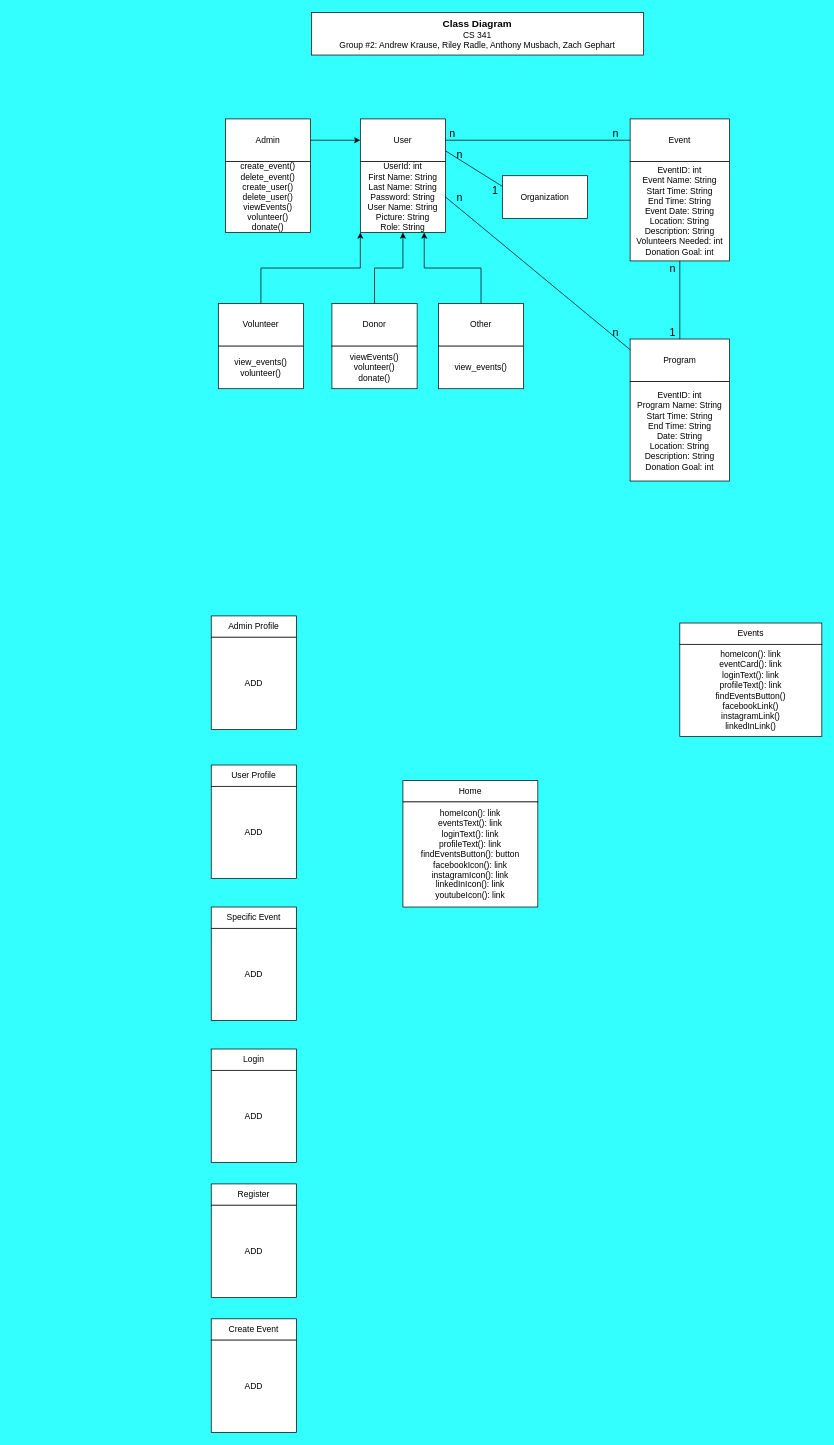
Before: Architecture-Design/Architectural-Design(Class-Diagrams).drawio in Andrew-EKrause/TeamAptiv-Web-App, a draw.io diagram. Source tidied: cells renumbered, new cells numbered last; positions are measured from the earlier drawing's top-left corner, leaving out a move shared by most shapes. Both pictures are drawn from the tidied source at 71%, with x=0, y=0 at pixel (211, 12).
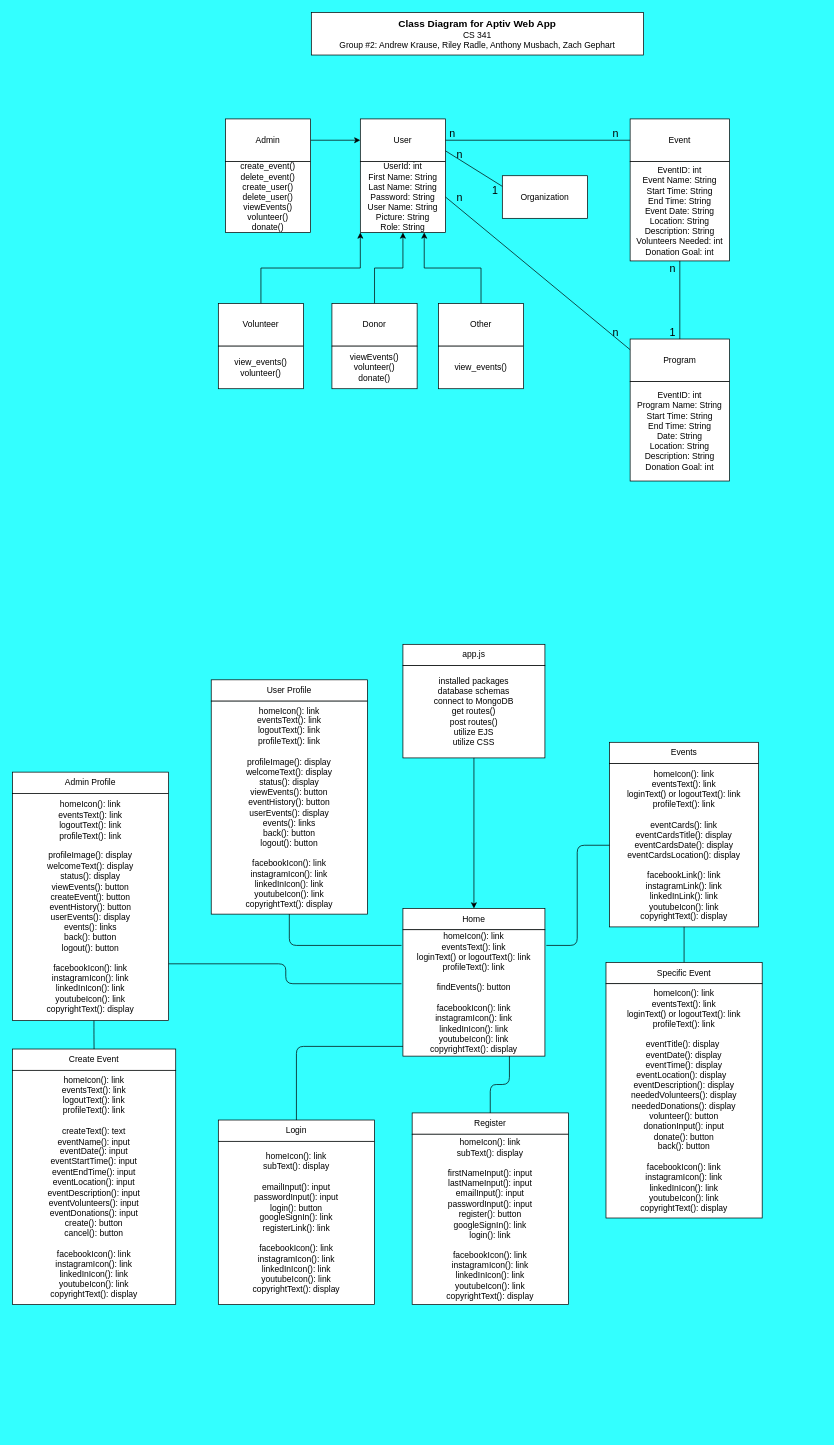
The same page after the edit.

What changed in the source:
```diff
@@
     <mxCell id="34" value="Home" style="rounded=0;whiteSpace=wrap;html=1;" parent="1" vertex="1">
-      <mxGeometry x="270" y="1082" width="190" height="30" as="geometry" />
+      <mxGeometry x="270" y="1262" width="200" height="30" as="geometry" />
     </mxCell>
-    <mxCell id="35" value="homeIcon(): link&lt;br&gt;eventsText(): link&lt;br&gt;loginText(): link&lt;br&gt;profileText(): link&lt;br&gt;findEventsButton(): button&lt;br&gt;facebookIcon(): link&lt;br&gt;instagramIcon(): link&lt;br&gt;linkedInIcon(): link&lt;br&gt;youtubeIcon(): link" style="rounded=0;whiteSpace=wrap;html=1;" parent="1" vertex="1">
-      <mxGeometry x="270" y="1112" width="190" height="148" as="geometry" />
+    <mxCell id="35" value="homeIcon(): link&lt;br&gt;eventsText(): link&lt;br&gt;loginText() or logoutText(): link&lt;br&gt;profileText(): link&lt;br&gt;&lt;br&gt;findEvents(): button&lt;br&gt;&lt;br&gt;facebookIcon(): link&lt;br&gt;instagramIcon(): link&lt;br&gt;linkedInIcon(): link&lt;br&gt;youtubeIcon(): link&lt;br&gt;copyrightText(): display" style="rounded=0;whiteSpace=wrap;html=1;" parent="1" vertex="1">
+      <mxGeometry x="270" y="1292" width="200" height="178" as="geometry" />
     </mxCell>
     <mxCell id="36" value="Events" style="rounded=0;whiteSpace=wrap;html=1;" parent="1" vertex="1">
-      <mxGeometry x="660" y="860" width="200" height="30" as="geometry" />
+      <mxGeometry x="561" y="1028" width="210" height="30" as="geometry" />
     </mxCell>
-    <mxCell id="37" value="homeIcon(): link&lt;br&gt;eventCard(): link&lt;br&gt;loginText(): link&lt;br&gt;profileText(): link&lt;br&gt;findEventsButton()&lt;br&gt;facebookLink()&lt;br&gt;instagramLink()&lt;br&gt;linkedInLink()" style="rounded=0;whiteSpace=wrap;html=1;" parent="1" vertex="1">
-      <mxGeometry x="660" y="890" width="200" height="130" as="geometry" />
+    <mxCell id="37" value="homeIcon(): link&lt;br&gt;eventsText(): link&lt;br&gt;loginText() or logoutText(): link&lt;br&gt;profileText(): link&lt;br&gt;&lt;br&gt;eventCards(): link&lt;br&gt;eventCardsTitle(): display&lt;br&gt;eventCardsDate(): display&lt;br&gt;eventCardsLocation(): display&lt;br&gt;&lt;br&gt;facebookLink(): link&lt;br&gt;instagramLink(): link&lt;br&gt;linkedInLink(): link&lt;br&gt;youtubeIcon(): link&lt;br&gt;copyrightText(): display" style="rounded=0;whiteSpace=wrap;html=1;" parent="1" vertex="1">
+      <mxGeometry x="561" y="1058" width="210" height="230" as="geometry" />
     </mxCell>
-    <mxCell id="38" value="&lt;font style=&quot;font-size: 14px&quot;&gt;&lt;b&gt;Class Diagram&lt;/b&gt;&lt;/font&gt;&lt;br&gt;CS 341&lt;br&gt;Group #2: Andrew Krause, Riley Radle, Anthony Musbach, Zach Gephart" style="rounded=0;whiteSpace=wrap;html=1;" parent="1" vertex="1">
+    <mxCell id="38" value="&lt;font style=&quot;font-size: 14px&quot;&gt;&lt;b&gt;Class Diagram for Aptiv Web App&lt;/b&gt;&lt;/font&gt;&lt;br&gt;CS 341&lt;br&gt;Group #2: Andrew Krause, Riley Radle, Anthony Musbach, Zach Gephart" style="rounded=0;whiteSpace=wrap;html=1;" parent="1" vertex="1">
       <mxGeometry x="141" width="468" height="60" as="geometry" />
     </mxCell>
-    <mxCell id="39" value="Admin Profile" style="rounded=0;whiteSpace=wrap;html=1;" parent="1" vertex="1">
-      <mxGeometry y="850" width="120" height="30" as="geometry" />
-    </mxCell>
-    <mxCell id="40" value="ADD" style="rounded=0;whiteSpace=wrap;html=1;" parent="1" vertex="1">
-      <mxGeometry y="880" width="120" height="130" as="geometry" />
-    </mxCell>
-    <mxCell id="41" value="User Profile" style="rounded=0;whiteSpace=wrap;html=1;" parent="1" vertex="1">
-      <mxGeometry y="1060" width="120" height="30" as="geometry" />
-    </mxCell>
-    <mxCell id="42" value="ADD" style="rounded=0;whiteSpace=wrap;html=1;" parent="1" vertex="1">
-      <mxGeometry y="1090" width="120" height="130" as="geometry" />
-    </mxCell>
-    <mxCell id="43" value="Specific Event" style="rounded=0;whiteSpace=wrap;html=1;" parent="1" vertex="1">
-      <mxGeometry y="1260" width="120" height="30" as="geometry" />
+    <mxCell id="43" value="Specific Event" style="rounded=0;whiteSpace=wrap;html=1;fontStyle=0;" parent="1" vertex="1">
+      <mxGeometry x="556" y="1338" width="220" height="30" as="geometry" />
     </mxCell>
-    <mxCell id="44" value="ADD" style="rounded=0;whiteSpace=wrap;html=1;" parent="1" vertex="1">
-      <mxGeometry y="1290" width="120" height="130" as="geometry" />
+    <mxCell id="44" value="homeIcon(): link&lt;br&gt;eventsText(): link&lt;br&gt;loginText() or logoutText(): link&lt;br&gt;profileText(): link&lt;br&gt;&lt;br&gt;eventTitle(): display&amp;nbsp;&lt;br&gt;eventDate(): display&lt;br&gt;eventTime(): display&lt;br&gt;eventLocation(): display&amp;nbsp;&amp;nbsp;&lt;br&gt;eventDescription(): display&lt;br&gt;neededVolunteers(): display&lt;br&gt;neededDonations(): display&lt;br&gt;volunteer(): button&lt;br&gt;donationInput(): input&lt;br&gt;donate(): button&lt;br&gt;back(): button&lt;br&gt;&lt;br&gt;facebookIcon(): link&lt;br&gt;instagramIcon(): link&lt;br&gt;linkedInIcon(): link&lt;br&gt;youtubeIcon(): link&lt;br&gt;copyrightText(): display" style="rounded=0;whiteSpace=wrap;html=1;fontStyle=0;" parent="1" vertex="1">
+      <mxGeometry x="556" y="1368" width="220" height="330" as="geometry" />
     </mxCell>
-    <mxCell id="45" value="Login" style="rounded=0;whiteSpace=wrap;html=1;" parent="1" vertex="1">
-      <mxGeometry y="1460" width="120" height="30" as="geometry" />
-    </mxCell>
-    <mxCell id="46" value="ADD" style="rounded=0;whiteSpace=wrap;html=1;" parent="1" vertex="1">
-      <mxGeometry y="1490" width="120" height="130" as="geometry" />
-    </mxCell>
-    <mxCell id="47" value="Register" style="rounded=0;whiteSpace=wrap;html=1;" parent="1" vertex="1">
-      <mxGeometry y="1650" width="120" height="30" as="geometry" />
-    </mxCell>
-    <mxCell id="48" value="ADD" style="rounded=0;whiteSpace=wrap;html=1;" parent="1" vertex="1">
-      <mxGeometry y="1680" width="120" height="130" as="geometry" />
-    </mxCell>
-    <mxCell id="49" style="edgeStyle=orthogonalEdgeStyle;rounded=0;jettySize=auto;html=1;exitX=1;exitY=0.75;exitDx=0;exitDy=0;entryX=0.917;entryY=-0.053;entryDx=0;entryDy=0;entryPerimeter=0;" parent="1" edge="1" source="50" target="51">
-      <mxGeometry relative="1" as="geometry" />
-    </mxCell>
     <mxCell id="50" value="Create Event" style="rounded=0;whiteSpace=wrap;html=1;" parent="1" vertex="1">
-      <mxGeometry y="1840" width="120" height="30" as="geometry" />
+      <mxGeometry x="-280" y="1460" width="230" height="30" as="geometry" />
     </mxCell>
-    <mxCell id="51" value="ADD" style="rounded=0;whiteSpace=wrap;html=1;" parent="1" vertex="1">
-      <mxGeometry y="1870" width="120" height="130" as="geometry" />
+    <mxCell id="51" value="homeIcon(): link&lt;br&gt;eventsText(): link&lt;br&gt;logoutText(): link&lt;br&gt;profileText(): link&lt;br&gt;&lt;br&gt;createText(): text&lt;br&gt;eventName(): input&lt;br&gt;eventDate(): input&lt;br&gt;eventStartTime(): input&lt;br&gt;eventEndTime(): input&lt;br&gt;eventLocation(): input&lt;br&gt;eventDescription(): input&lt;br&gt;eventVolunteers(): input&lt;br&gt;eventDonations(): input&lt;br&gt;create(): button&lt;br&gt;cancel(): button&lt;br&gt;&lt;br&gt;facebookIcon(): link&lt;br&gt;instagramIcon(): link&lt;br&gt;linkedInIcon(): link&lt;br&gt;youtubeIcon(): link&lt;br&gt;copyrightText(): display" style="rounded=0;whiteSpace=wrap;html=1;" parent="1" vertex="1">
+      <mxGeometry x="-280" y="1490" width="230" height="330" as="geometry" />
     </mxCell>
+    <mxCell id="52" style="endArrow=none;html=1;rounded=1;entryX=0.5;entryY=1;entryDx=0;entryDy=0;exitX=0.5;exitY=0;exitDx=0;exitDy=0;" parent="1" edge="1" source="43" target="37">
+      <mxGeometry relative="1" as="geometry" />
+    </mxCell>
+    <mxCell id="53" value="app.js" style="rounded=0;whiteSpace=wrap;html=1;" parent="1" vertex="1">
+      <mxGeometry x="270" y="890" width="200" height="30" as="geometry" />
+    </mxCell>
+    <mxCell id="54" value="installed packages&lt;br&gt;database schemas&lt;br&gt;connect to MongoDB&lt;br&gt;get routes()&lt;br&gt;post routes()&lt;br&gt;utilize EJS&lt;br&gt;utilize CSS" style="rounded=0;whiteSpace=wrap;html=1;" parent="1" vertex="1">
+      <mxGeometry x="270" y="920" width="200" height="130" as="geometry" />
+    </mxCell>
+    <mxCell id="55" style="endArrow=classic;html=1;rounded=1;exitX=0.5;exitY=1;exitDx=0;exitDy=0;" parent="1" edge="1" source="54" target="34">
+      <mxGeometry relative="1" as="geometry" />
+    </mxCell>
+    <mxCell id="45" value="Login" style="rounded=0;whiteSpace=wrap;html=1;" parent="1" vertex="1">
+      <mxGeometry x="10" y="1560" width="220" height="30" as="geometry" />
+    </mxCell>
+    <mxCell id="56" value="homeIcon(): link&lt;br&gt;subText(): display&lt;br&gt;&lt;br&gt;emailInput(): input&lt;br&gt;passwordInput(): input&lt;br&gt;login(): button&lt;br&gt;googleSignIn(): link&lt;br&gt;registerLink(): link&lt;br&gt;&lt;br&gt;facebookIcon(): link&lt;br&gt;instagramIcon(): link&lt;br&gt;linkedInIcon(): link&lt;br&gt;youtubeIcon(): link&lt;br&gt;copyrightText(): display" style="rounded=0;whiteSpace=wrap;html=1;" parent="1" vertex="1">
+      <mxGeometry x="10" y="1590" width="220" height="230" as="geometry" />
+    </mxCell>
+    <mxCell id="47" value="Register" style="rounded=0;whiteSpace=wrap;html=1;" parent="1" vertex="1">
+      <mxGeometry x="283" y="1550" width="220" height="30" as="geometry" />
+    </mxCell>
+    <mxCell id="57" value="homeIcon(): link&lt;br&gt;subText(): display&lt;br&gt;&lt;br&gt;firstNameInput(): input&lt;br&gt;lastNameInput(): input&lt;br&gt;emailInput(): input&lt;br&gt;passwordInput(): input&lt;br&gt;register(): button&lt;br&gt;googleSignIn(): link&lt;br&gt;login(): link&lt;br&gt;&lt;br&gt;facebookIcon(): link&lt;br&gt;instagramIcon(): link&lt;br&gt;linkedInIcon(): link&lt;br&gt;youtubeIcon(): link&lt;br&gt;copyrightText(): display" style="rounded=0;whiteSpace=wrap;html=1;" parent="1" vertex="1">
+      <mxGeometry x="283" y="1580" width="220" height="240" as="geometry" />
+    </mxCell>
+    <mxCell id="58" style="endArrow=none;html=1;rounded=1;entryX=0;entryY=0.5;entryDx=0;entryDy=0;edgeStyle=orthogonalEdgeStyle;exitX=1.01;exitY=0.124;exitDx=0;exitDy=0;exitPerimeter=0;" parent="1" edge="1" source="35" target="37">
+      <mxGeometry relative="1" as="geometry" />
+    </mxCell>
+    <mxCell id="59" style="endArrow=none;html=1;rounded=1;entryX=0.5;entryY=0;entryDx=0;entryDy=0;edgeStyle=orthogonalEdgeStyle;exitX=0.75;exitY=1;exitDx=0;exitDy=0;" parent="1" edge="1" source="35" target="47">
+      <mxGeometry relative="1" as="geometry" />
+    </mxCell>
+    <mxCell id="60" style="endArrow=none;html=1;rounded=1;edgeStyle=orthogonalEdgeStyle;exitX=0;exitY=0.923;exitDx=0;exitDy=0;exitPerimeter=0;entryX=0.5;entryY=0;entryDx=0;entryDy=0;" parent="1" edge="1" source="35" target="45">
+      <mxGeometry relative="1" as="geometry" />
+    </mxCell>
+    <mxCell id="41" value="User Profile" style="rounded=0;whiteSpace=wrap;html=1;" parent="1" vertex="1">
+      <mxGeometry y="940" width="220" height="30" as="geometry" />
+    </mxCell>
+    <mxCell id="61" value="homeIcon(): link&lt;br&gt;eventsText(): link&lt;br&gt;logoutText(): link&lt;br&gt;profileText(): link&lt;br&gt;&lt;br&gt;profileImage(): display&lt;br&gt;welcomeText(): display&lt;br&gt;status(): display&lt;br&gt;viewEvents(): button&lt;br&gt;eventHistory(): button&lt;br&gt;userEvents(): display&lt;br&gt;events(): links&lt;br&gt;back(): button&lt;br&gt;logout(): button&lt;br&gt;&lt;br&gt;facebookIcon(): link&lt;br&gt;instagramIcon(): link&lt;br&gt;linkedInIcon(): link&lt;br&gt;youtubeIcon(): link&lt;br&gt;copyrightText(): display" style="rounded=0;whiteSpace=wrap;html=1;" parent="1" vertex="1">
+      <mxGeometry y="970" width="220" height="300" as="geometry" />
+    </mxCell>
+    <mxCell id="62" style="endArrow=none;html=1;rounded=1;edgeStyle=orthogonalEdgeStyle;exitX=-0.01;exitY=0.124;exitDx=0;exitDy=0;exitPerimeter=0;entryX=0.5;entryY=1;entryDx=0;entryDy=0;" parent="1" edge="1" source="35" target="61">
+      <mxGeometry relative="1" as="geometry" />
+    </mxCell>
+    <mxCell id="39" value="Admin Profile" style="rounded=0;whiteSpace=wrap;html=1;" parent="1" vertex="1">
+      <mxGeometry x="-280" y="1070" width="220" height="30" as="geometry" />
+    </mxCell>
+    <mxCell id="63" value="homeIcon(): link&lt;br&gt;eventsText(): link&lt;br&gt;logoutText(): link&lt;br&gt;profileText(): link&lt;br&gt;&lt;br&gt;profileImage(): display&lt;br&gt;welcomeText(): display&lt;br&gt;status(): display&lt;br&gt;viewEvents(): button&lt;br&gt;createEvent(): button&lt;br&gt;eventHistory(): button&lt;br&gt;userEvents(): display&lt;br&gt;events(): links&lt;br&gt;back(): button&lt;br&gt;logout(): button&lt;br&gt;&lt;br&gt;facebookIcon(): link&lt;br&gt;instagramIcon(): link&lt;br&gt;linkedInIcon(): link&lt;br&gt;youtubeIcon(): link&lt;br&gt;copyrightText(): display" style="rounded=0;whiteSpace=wrap;html=1;" parent="1" vertex="1">
+      <mxGeometry x="-280" y="1100" width="220" height="320" as="geometry" />
+    </mxCell>
+    <mxCell id="64" style="endArrow=none;html=1;rounded=1;edgeStyle=orthogonalEdgeStyle;exitX=-0.01;exitY=0.427;exitDx=0;exitDy=0;exitPerimeter=0;entryX=1;entryY=0.75;entryDx=0;entryDy=0;" parent="1" edge="1" source="35" target="63">
+      <mxGeometry relative="1" as="geometry" />
+    </mxCell>
+    <mxCell id="65" style="endArrow=none;html=1;rounded=1;edgeStyle=orthogonalEdgeStyle;exitX=0.522;exitY=1;exitDx=0;exitDy=0;exitPerimeter=0;entryX=0.5;entryY=0;entryDx=0;entryDy=0;" parent="1" edge="1" source="63" target="50">
+      <mxGeometry relative="1" as="geometry" />
+    </mxCell>
```
